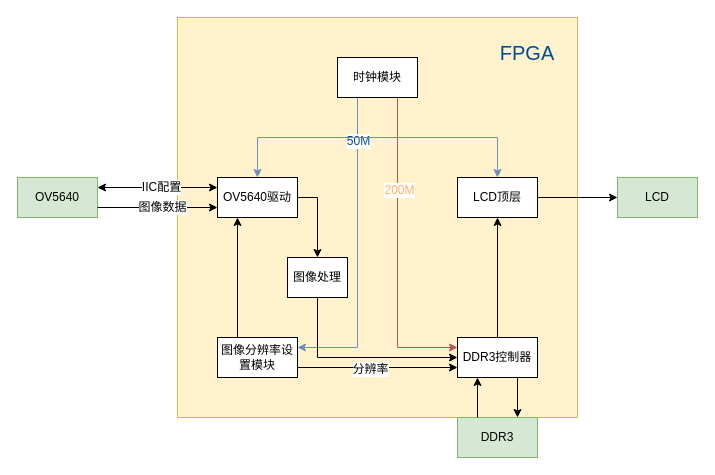
Above: page "原理图" (2 of 3) of face_recognition_system/1.设计图/人脸识别系统.drawio in SQC2023/WORK_ONE (draw.io), before the change. Source tidied: cells renumbered, new cells numbered last; positions are measured from the earlier drawing's top-left corner, leaving out a move shared by most shapes. Both pictures are drawn from the tidied source at 100%, with x=0, y=0 at pixel (17, 17).
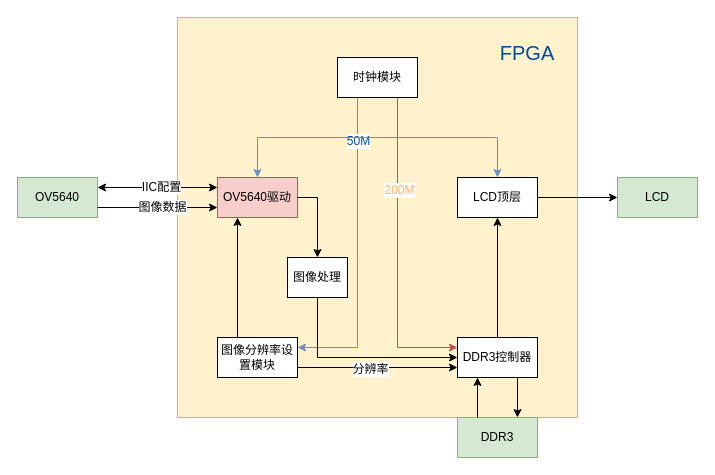
Above is the later version.

Unchanged cells that the change refers to:
```xml
<mxCell id="2" style="group;" parent="1" vertex="1">
  <mxGeometry width="680" height="440" as="geometry" />
</mxCell>
```

Change to the diagram source:
```diff
@@
-    <mxCell id="5" value="OV5640驱动" style="rounded=0;whiteSpace=wrap;html=1;" parent="2" vertex="1">
+    <mxCell id="5" value="OV5640驱动" style="rounded=0;whiteSpace=wrap;html=1;fillColor=#f8cecc;strokeColor=#b85450;" parent="2" vertex="1">
       <mxGeometry x="200" y="160" width="80" height="40" as="geometry" />
     </mxCell>
```
